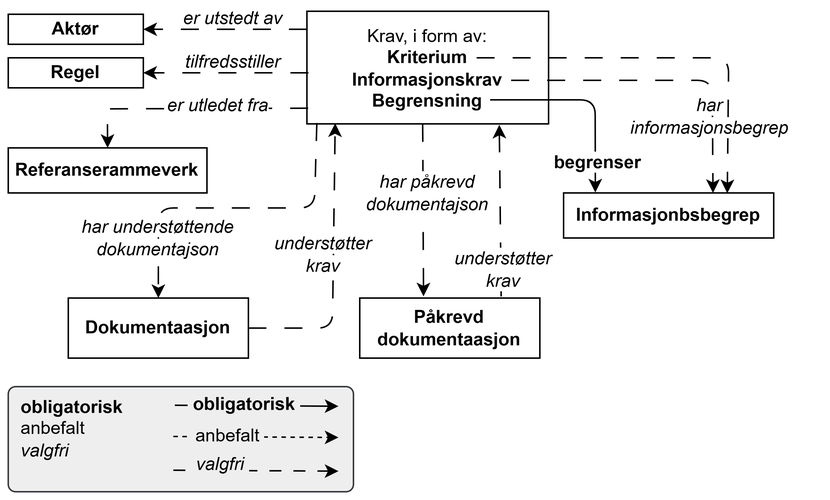
Above: docs/images/CCCEV-AP-NO-forenklet-fremstilling.png in Informasjonsforvaltning/cccev-ap-no (draw.io), before the change. Source tidied: cells renumbered, new cells last; positions are measured from the earlier drawing's top-left corner, leaving out a move shared by most shapes.
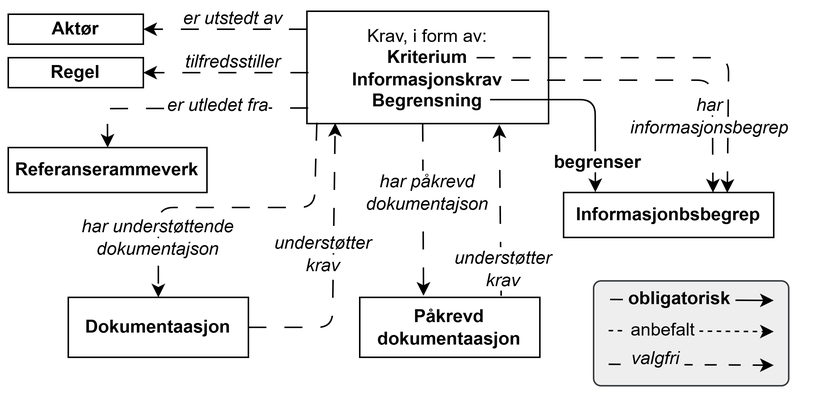
Later version of the same file.

Change to the diagram source:
```diff
@@ -112,14 +112,14 @@
     <mxCell id="27" value="&lt;span style=&quot;background-color: rgb(255, 255, 255);&quot;&gt;&lt;i&gt;understøtter&lt;/i&gt;&lt;/span&gt;&lt;div&gt;&lt;span style=&quot;background-color: rgb(255, 255, 255);&quot;&gt;&lt;i&gt;krav&lt;/i&gt;&lt;br&gt;&lt;/span&gt;&lt;/div&gt;" style="text;html=1;strokeColor=none;fillColor=none;align=center;verticalAlign=middle;whiteSpace=wrap;rounded=0;" parent="1" vertex="1">
       <mxGeometry x="290" y="161" width="80" height="22" as="geometry" />
     </mxCell>
-    <mxCell id="28" style="group;" parent="1" vertex="1">
-      <mxGeometry y="250" width="230" height="70" as="geometry" />
-    </mxCell>
+    <mxCell id="37" style="group;" parent="1" vertex="1">
+      <mxGeometry x="390" y="180" width="130" height="70" as="geometry" />
+    </mxCell>
-    <mxCell id="29" value="&lt;b&gt;&amp;nbsp; obligatorisk&lt;/b&gt;&lt;div&gt;&lt;div&gt;&amp;nbsp; anbefalt&lt;/div&gt;&lt;div&gt;&amp;nbsp; &lt;i&gt;valgfri&lt;/i&gt;&lt;/div&gt;&lt;/div&gt;" style="rounded=1;whiteSpace=wrap;html=1;align=left;verticalAlign=top;arcSize=7;fillColor=#eeeeee;strokeColor=#36393d;" parent="28" vertex="1">
-      <mxGeometry width="230" height="70" as="geometry" />
+    <mxCell id="29" style="rounded=1;whiteSpace=wrap;html=1;align=left;verticalAlign=top;arcSize=7;fillColor=#eeeeee;strokeColor=#36393d;" parent="37" vertex="1">
+      <mxGeometry width="130" height="70" as="geometry" />
     </mxCell>
-    <mxCell id="30" style="group;" parent="28" vertex="1">
-      <mxGeometry x="110" y="2" width="110" height="60.8" as="geometry" />
+    <mxCell id="30" style="group;" parent="37" vertex="1">
+      <mxGeometry x="10" y="2" width="110" height="60.8" as="geometry" />
     </mxCell>
     <mxCell id="31" style="endArrow=classic;html=1;rounded=0;" parent="30" edge="1">
       <mxGeometry relative="1" as="geometry">
```
